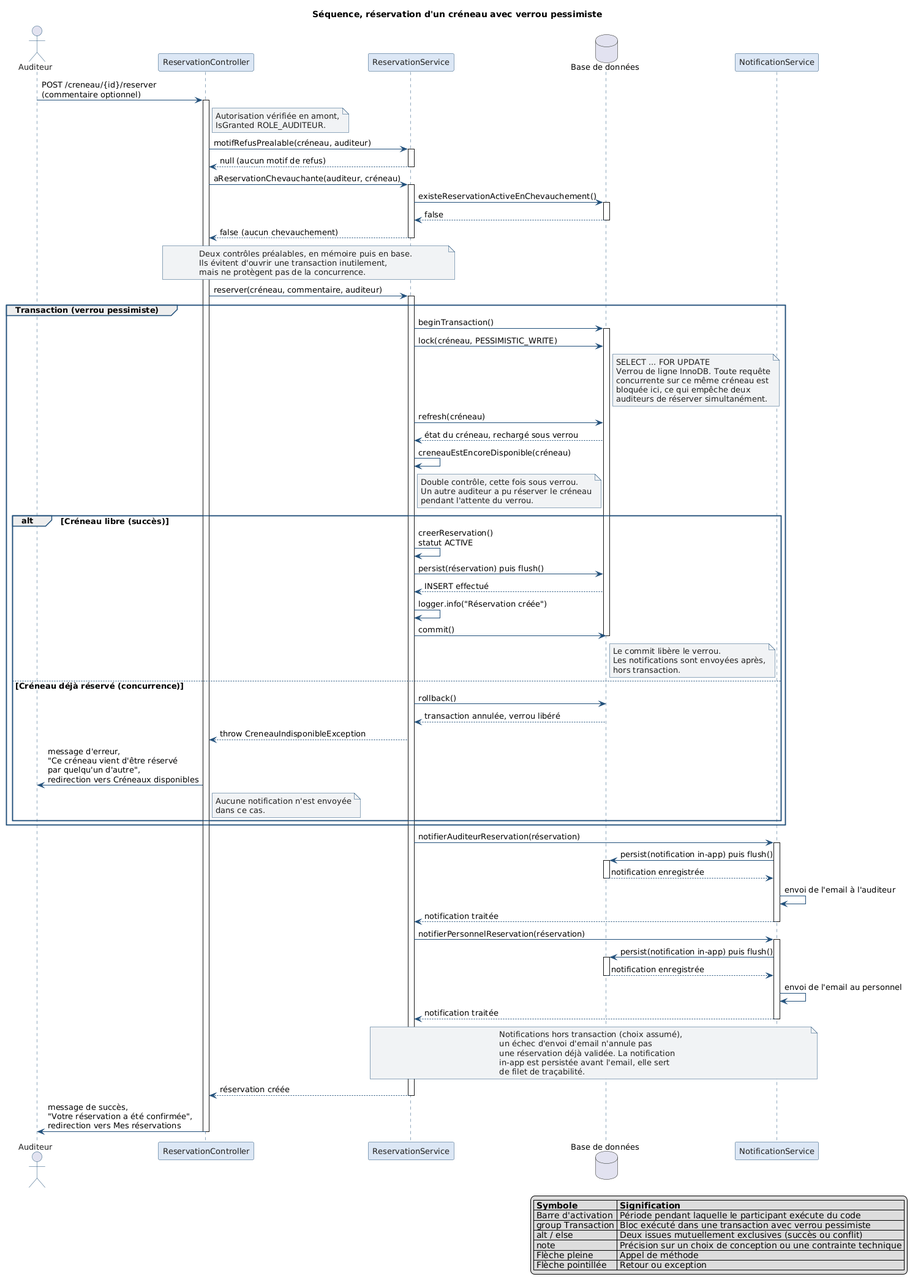
sgahovey/creaslot keeps this PlantUML diagram as docs/conception/diagrammes/sequence-reservation.png. Above is the earlier version. Source of this version:
```plantuml
@startuml sequence-reservation

skinparam shadowing false
skinparam sequenceMessageAlign left
skinparam defaultFontName Helvetica
skinparam defaultFontSize 13
skinparam usecase {
  BorderColor #1F4E79
  BackgroundColor #DCE7F5
  FontColor #1E1E1E
}
skinparam actor {
  BorderColor #1F4E79
  FontColor #1E1E1E
}
skinparam participant {
  BorderColor #1F4E79
  BackgroundColor #DCE7F5
  FontColor #1E1E1E
}
skinparam sequence {
  ArrowColor #1F4E79
  LifeLineBorderColor #1F4E79
  GroupBorderColor #1F4E79
}
skinparam package {
  BorderColor #1F4E79
  FontColor #1E1E1E
}
skinparam note {
  BorderColor #1F4E79
  BackgroundColor #F1F3F5
  FontColor #1E1E1E
}

title Séquence, réservation d'un créneau avec verrou pessimiste

actor "Auditeur" as AUDITEUR
participant "ReservationController" as CONTROLEUR
participant "ReservationService" as SERVICE
database "Base de données" as BDD
participant "NotificationService" as NOTIF

AUDITEUR -> CONTROLEUR : POST /creneau/{id}/reserver\n(commentaire optionnel)
activate CONTROLEUR

note right of CONTROLEUR
  Autorisation vérifiée en amont,
  IsGranted ROLE_AUDITEUR.
end note

CONTROLEUR -> SERVICE : motifRefusPrealable(créneau, auditeur)
activate SERVICE
SERVICE --> CONTROLEUR : null (aucun motif de refus)
deactivate SERVICE

CONTROLEUR -> SERVICE : aReservationChevauchante(auditeur, créneau)
activate SERVICE
SERVICE -> BDD : existeReservationActiveEnChevauchement()
activate BDD
BDD --> SERVICE : false
deactivate BDD
SERVICE --> CONTROLEUR : false (aucun chevauchement)
deactivate SERVICE

note over CONTROLEUR, SERVICE
  Deux contrôles préalables, en mémoire puis en base.
  Ils évitent d'ouvrir une transaction inutilement,
  mais ne protègent pas de la concurrence.
end note

CONTROLEUR -> SERVICE : reserver(créneau, commentaire, auditeur)
activate SERVICE

group Transaction (verrou pessimiste)

    SERVICE -> BDD : beginTransaction()
    activate BDD

    SERVICE -> BDD : lock(créneau, PESSIMISTIC_WRITE)
    note right of BDD
      SELECT ... FOR UPDATE
      Verrou de ligne InnoDB. Toute requête
      concurrente sur ce même créneau est
      bloquée ici, ce qui empêche deux
      auditeurs de réserver simultanément.
    end note

    SERVICE -> BDD : refresh(créneau)
    BDD --> SERVICE : état du créneau, rechargé sous verrou

    SERVICE -> SERVICE : creneauEstEncoreDisponible(créneau)
    note right of SERVICE
      Double contrôle, cette fois sous verrou.
      Un autre auditeur a pu réserver le créneau
      pendant l'attente du verrou.
    end note

    alt Créneau libre (succès)

        SERVICE -> SERVICE : creerReservation()\nstatut ACTIVE
        SERVICE -> BDD : persist(réservation) puis flush()
        BDD --> SERVICE : INSERT effectué
        SERVICE -> SERVICE : logger.info("Réservation créée")
        SERVICE -> BDD : commit()
        note right of BDD
          Le commit libère le verrou.
          Les notifications sont envoyées après,
          hors transaction.
        end note
        deactivate BDD

    else Créneau déjà réservé (concurrence)

        SERVICE -> BDD : rollback()
        BDD --> SERVICE : transaction annulée, verrou libéré
        deactivate BDD
        SERVICE --> CONTROLEUR : throw CreneauIndisponibleException
        CONTROLEUR -> AUDITEUR : message d'erreur,\n"Ce créneau vient d'être réservé\npar quelqu'un d'autre",\nredirection vers Créneaux disponibles
        note right of CONTROLEUR
          Aucune notification n'est envoyée
          dans ce cas.
        end note

    end

end

SERVICE -> NOTIF : notifierAuditeurReservation(réservation)
activate NOTIF
NOTIF -> BDD : persist(notification in-app) puis flush()
activate BDD
BDD --> NOTIF : notification enregistrée
deactivate BDD
NOTIF -> NOTIF : envoi de l'email à l'auditeur
NOTIF --> SERVICE : notification traitée
deactivate NOTIF

SERVICE -> NOTIF : notifierPersonnelReservation(réservation)
activate NOTIF
NOTIF -> BDD : persist(notification in-app) puis flush()
activate BDD
BDD --> NOTIF : notification enregistrée
deactivate BDD
NOTIF -> NOTIF : envoi de l'email au personnel
NOTIF --> SERVICE : notification traitée
deactivate NOTIF

note over SERVICE, NOTIF
  Notifications hors transaction (choix assumé),
  un échec d'envoi d'email n'annule pas
  une réservation déjà validée. La notification
  in-app est persistée avant l'email, elle sert
  de filet de traçabilité.
end note

SERVICE --> CONTROLEUR : réservation créée
deactivate SERVICE

CONTROLEUR -> AUDITEUR : message de succès,\n"Votre réservation a été confirmée",\nredirection vers Mes réservations
deactivate CONTROLEUR

legend right
  | **Symbole** | **Signification** |
  | Barre d'activation | Période pendant laquelle le participant exécute du code |
  | group Transaction | Bloc exécuté dans une transaction avec verrou pessimiste |
  | alt / else | Deux issues mutuellement exclusives (succès ou conflit) |
  | note | Précision sur un choix de conception ou une contrainte technique |
  | Flèche pleine | Appel de méthode |
  | Flèche pointillée | Retour ou exception |
endlegend

@enduml
```
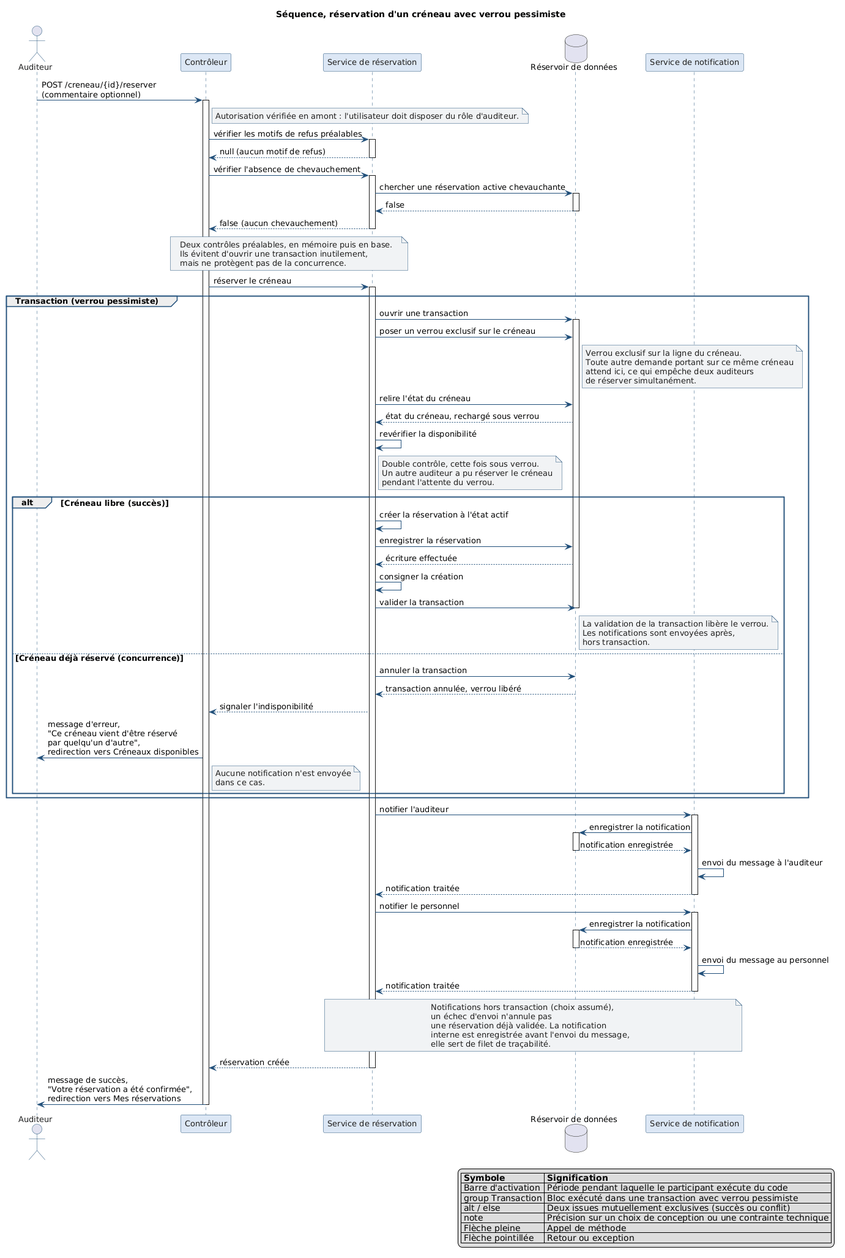
After the commit.

Change to the diagram source:
```diff
@@ -36,27 +36,26 @@
 title Séquence, réservation d'un créneau avec verrou pessimiste
 
 actor "Auditeur" as AUDITEUR
-participant "ReservationController" as CONTROLEUR
-participant "ReservationService" as SERVICE
-database "Base de données" as BDD
-participant "NotificationService" as NOTIF
+participant "Contrôleur" as CONTROLEUR
+participant "Service de réservation" as SERVICE
+database "Réservoir de données" as BDD
+participant "Service de notification" as NOTIF
 
 AUDITEUR -> CONTROLEUR : POST /creneau/{id}/reserver\n(commentaire optionnel)
 activate CONTROLEUR
 
 note right of CONTROLEUR
-  Autorisation vérifiée en amont,
-  IsGranted ROLE_AUDITEUR.
+  Autorisation vérifiée en amont : l'utilisateur doit disposer du rôle d'auditeur.
 end note
 
-CONTROLEUR -> SERVICE : motifRefusPrealable(créneau, auditeur)
+CONTROLEUR -> SERVICE : vérifier les motifs de refus préalables
 activate SERVICE
 SERVICE --> CONTROLEUR : null (aucun motif de refus)
 deactivate SERVICE
 
-CONTROLEUR -> SERVICE : aReservationChevauchante(auditeur, créneau)
+CONTROLEUR -> SERVICE : vérifier l'absence de chevauchement
 activate SERVICE
-SERVICE -> BDD : existeReservationActiveEnChevauchement()
+SERVICE -> BDD : chercher une réservation active chevauchante
 activate BDD
 BDD --> SERVICE : false
 deactivate BDD
@@ -69,27 +68,26 @@
   mais ne protègent pas de la concurrence.
 end note
 
-CONTROLEUR -> SERVICE : reserver(créneau, commentaire, auditeur)
+CONTROLEUR -> SERVICE : réserver le créneau
 activate SERVICE
 
 group Transaction (verrou pessimiste)
 
-    SERVICE -> BDD : beginTransaction()
+    SERVICE -> BDD : ouvrir une transaction
     activate BDD
 
-    SERVICE -> BDD : lock(créneau, PESSIMISTIC_WRITE)
+    SERVICE -> BDD : poser un verrou exclusif sur le créneau
     note right of BDD
-      SELECT ... FOR UPDATE
-      Verrou de ligne InnoDB. Toute requête
-      concurrente sur ce même créneau est
-      bloquée ici, ce qui empêche deux
-      auditeurs de réserver simultanément.
+      Verrou exclusif sur la ligne du créneau.
+      Toute autre demande portant sur ce même créneau
+      attend ici, ce qui empêche deux auditeurs
+      de réserver simultanément.
     end note
 
-    SERVICE -> BDD : refresh(créneau)
+    SERVICE -> BDD : relire l'état du créneau
     BDD --> SERVICE : état du créneau, rechargé sous verrou
 
-    SERVICE -> SERVICE : creneauEstEncoreDisponible(créneau)
+    SERVICE -> SERVICE : revérifier la disponibilité
     note right of SERVICE
       Double contrôle, cette fois sous verrou.
       Un autre auditeur a pu réserver le créneau
@@ -98,13 +96,13 @@
 
     alt Créneau libre (succès)
 
-        SERVICE -> SERVICE : creerReservation()\nstatut ACTIVE
-        SERVICE -> BDD : persist(réservation) puis flush()
-        BDD --> SERVICE : INSERT effectué
-        SERVICE -> SERVICE : logger.info("Réservation créée")
-        SERVICE -> BDD : commit()
+        SERVICE -> SERVICE : créer la réservation à l'état actif
+        SERVICE -> BDD : enregistrer la réservation
+        BDD --> SERVICE : écriture effectuée
+        SERVICE -> SERVICE : consigner la création
+        SERVICE -> BDD : valider la transaction
         note right of BDD
-          Le commit libère le verrou.
+          La validation de la transaction libère le verrou.
           Les notifications sont envoyées après,
           hors transaction.
         end note
@@ -112,10 +110,10 @@
 
     else Créneau déjà réservé (concurrence)
 
-        SERVICE -> BDD : rollback()
+        SERVICE -> BDD : annuler la transaction
         BDD --> SERVICE : transaction annulée, verrou libéré
         deactivate BDD
-        SERVICE --> CONTROLEUR : throw CreneauIndisponibleException
+        SERVICE --> CONTROLEUR : signaler l'indisponibilité
         CONTROLEUR -> AUDITEUR : message d'erreur,\n"Ce créneau vient d'être réservé\npar quelqu'un d'autre",\nredirection vers Créneaux disponibles
         note right of CONTROLEUR
           Aucune notification n'est envoyée
@@ -126,32 +124,32 @@
 
 end
 
-SERVICE -> NOTIF : notifierAuditeurReservation(réservation)
+SERVICE -> NOTIF : notifier l'auditeur
 activate NOTIF
-NOTIF -> BDD : persist(notification in-app) puis flush()
+NOTIF -> BDD : enregistrer la notification
 activate BDD
 BDD --> NOTIF : notification enregistrée
 deactivate BDD
-NOTIF -> NOTIF : envoi de l'email à l'auditeur
+NOTIF -> NOTIF : envoi du message à l'auditeur
 NOTIF --> SERVICE : notification traitée
 deactivate NOTIF
 
-SERVICE -> NOTIF : notifierPersonnelReservation(réservation)
+SERVICE -> NOTIF : notifier le personnel
 activate NOTIF
-NOTIF -> BDD : persist(notification in-app) puis flush()
+NOTIF -> BDD : enregistrer la notification
 activate BDD
 BDD --> NOTIF : notification enregistrée
 deactivate BDD
-NOTIF -> NOTIF : envoi de l'email au personnel
+NOTIF -> NOTIF : envoi du message au personnel
 NOTIF --> SERVICE : notification traitée
 deactivate NOTIF
 
 note over SERVICE, NOTIF
   Notifications hors transaction (choix assumé),
-  un échec d'envoi d'email n'annule pas
+  un échec d'envoi n'annule pas
   une réservation déjà validée. La notification
-  in-app est persistée avant l'email, elle sert
-  de filet de traçabilité.
+  interne est enregistrée avant l'envoi du message,
+  elle sert de filet de traçabilité.
 end note
 
 SERVICE --> CONTROLEUR : réservation créée
```
